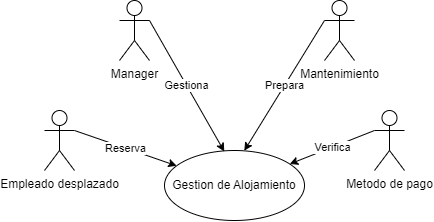
This is Diagramas/diagrama.png from Yugurto7/Logirail-Project, a draw.io export, as it was before one commit. Source tidied: cells renumbered, new cells last; positions are measured from the earlier drawing's top-left corner, leaving out a move shared by most shapes.
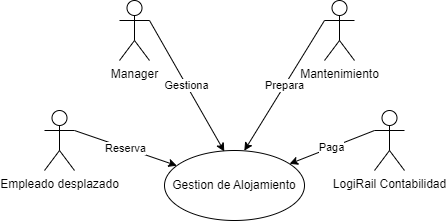
After the commit.

What changed in the source:
```diff
@@ -17,10 +17,10 @@
     <mxCell id="6" value="Mantenimiento" style="shape=umlActor;verticalLabelPosition=bottom;verticalAlign=top;html=1;" parent="1" vertex="1">
       <mxGeometry x="280" width="30" height="60" as="geometry" />
     </mxCell>
-    <mxCell id="7" value="Verifica" style="edgeStyle=none;html=1;exitX=0;exitY=0.3333333333333333;exitDx=0;exitDy=0;exitPerimeter=0;" parent="1" edge="1" source="8" target="2">
+    <mxCell id="7" value="Paga" style="edgeStyle=none;html=1;exitX=0;exitY=0.3333333333333333;exitDx=0;exitDy=0;exitPerimeter=0;" parent="1" edge="1" source="8" target="2">
       <mxGeometry relative="1" as="geometry" />
     </mxCell>
-    <mxCell id="8" value="Metodo de pago&lt;br&gt;" style="shape=umlActor;verticalLabelPosition=bottom;verticalAlign=top;html=1;" parent="1" vertex="1">
+    <mxCell id="8" value="LogiRail Contabilidad" style="shape=umlActor;verticalLabelPosition=bottom;verticalAlign=top;html=1;" parent="1" vertex="1">
       <mxGeometry x="330" y="110" width="30" height="60" as="geometry" />
     </mxCell>
     <mxCell id="9" value="Gestiona" style="edgeStyle=none;html=1;entryX=0.427;entryY=0.014;entryDx=0;entryDy=0;exitX=1;exitY=0.3333333333333333;exitDx=0;exitDy=0;exitPerimeter=0;entryPerimeter=0;" parent="1" edge="1" source="10" target="2">
```
